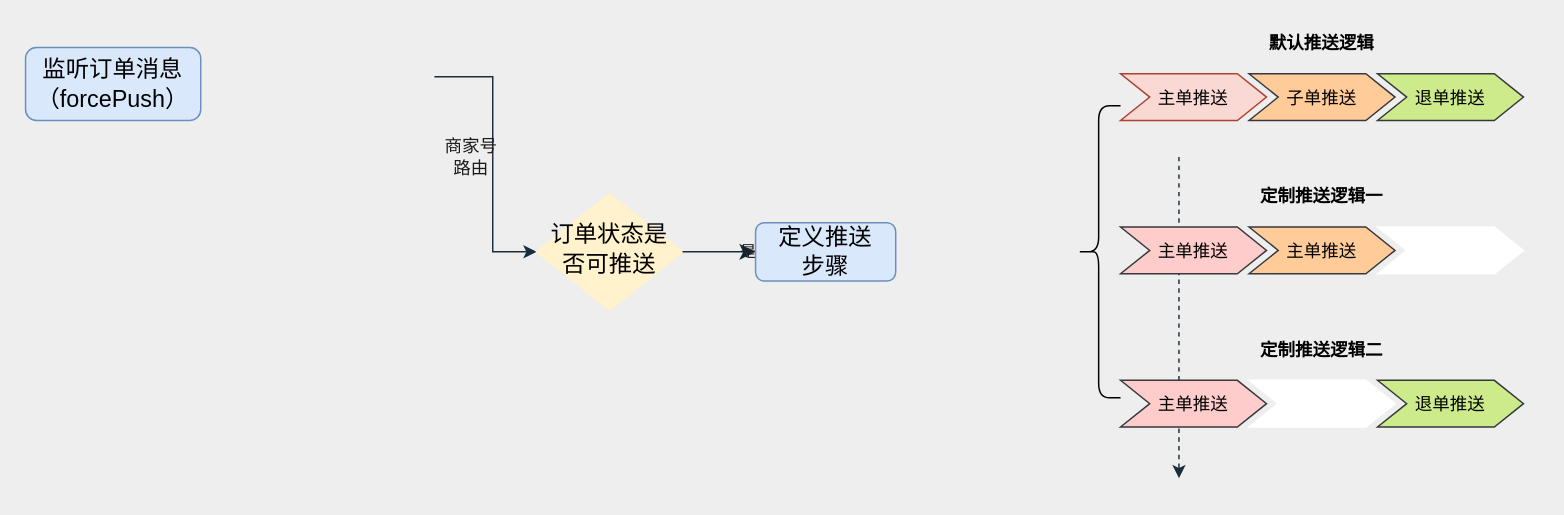
The draw.io diagram 订单推送线下补偿逻辑.drawio in sjh724/draw.io, before the edit. Source tidied: cells renumbered, new cells numbered last; positions are measured from the earlier drawing's top-left corner, leaving out a move shared by most shapes. Both pictures are drawn from the tidied source at 146%, with x=0, y=0 at pixel (25, 25).
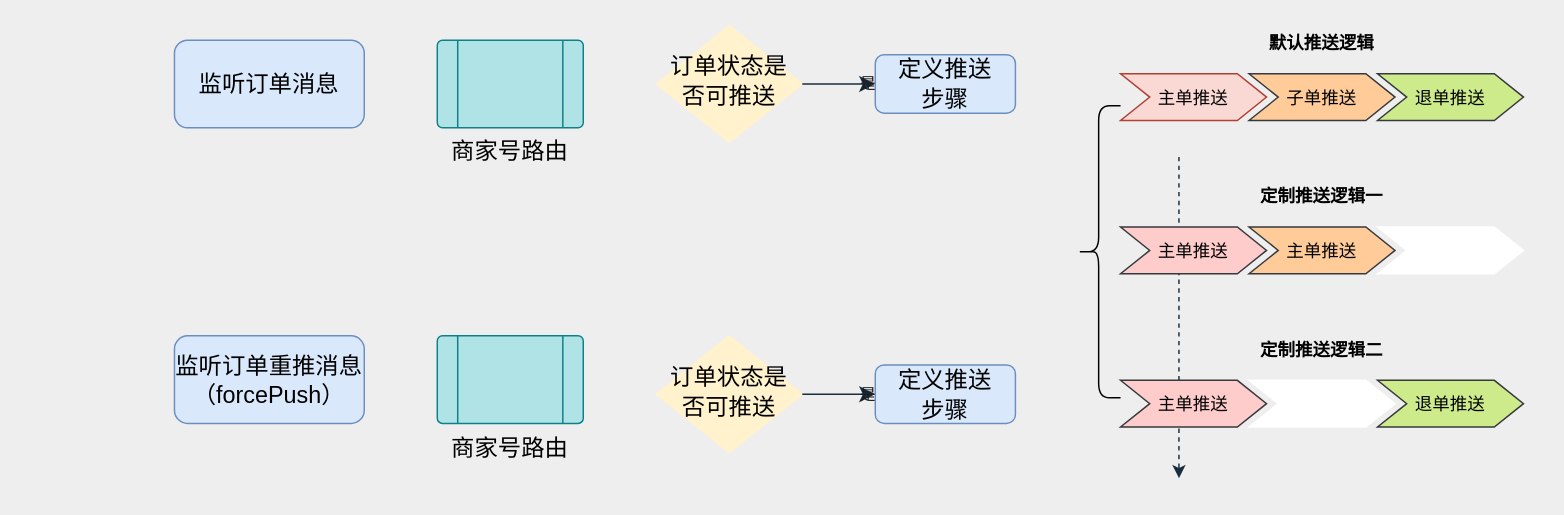
The same page after the edit.

Commit message (it also covers changes not shown here):
更新订单推送线下补偿逻辑.drawio

Diff of the diagram source:
```diff
@@
-    <mxCell id="2" value="监听订单消息&lt;br&gt;（forcePush）" style="rounded=1;whiteSpace=wrap;html=1;fontSize=16;glass=0;strokeWidth=1;shadow=0;fillColor=#dae8fc;strokeColor=#6c8ebf;" parent="1" vertex="1">
-      <mxGeometry y="15" width="120" height="50" as="geometry" />
+    <mxCell id="2" value="监听订单消息" style="rounded=1;whiteSpace=wrap;html=1;fontSize=16;glass=0;strokeWidth=1;shadow=0;fillColor=#dae8fc;strokeColor=#6c8ebf;" parent="1" vertex="1">
+      <mxGeometry x="102" y="10" width="130" height="60" as="geometry" />
     </mxCell>
-    <mxCell id="3" style="edgeStyle=orthogonalEdgeStyle;rounded=0;sketch=0;jettySize=auto;html=1;fontSize=16;fontColor=#1A1A1A;endArrow=classic;endFill=1;strokeColor=#182E3E;entryX=0;entryY=0.5;entryDx=0;entryDy=0;" parent="1" edge="1" target="19">
-      <mxGeometry relative="1" as="geometry">
-        <mxPoint x="280" y="35" as="sourcePoint" />
-        <Array as="points">
-          <mxPoint x="320" y="35" />
-          <mxPoint x="320" y="155" />
-        </Array>
-      </mxGeometry>
-    </mxCell>
@@
-    <mxCell id="5" value="商家号&lt;br style=&quot;font-size: 12px;&quot;&gt;路由" style="text;strokeColor=none;fillColor=none;html=1;fontSize=12;fontStyle=0;verticalAlign=middle;align=center;rounded=0;sketch=0;fontColor=#1A1A1A;" parent="1" vertex="1">
-      <mxGeometry x="280" y="75" width="50" height="30" as="geometry" />
-    </mxCell>
@@
     <mxCell id="19" value="订单状态是否可推送" style="rhombus;whiteSpace=wrap;html=1;shadow=0;fontFamily=Helvetica;fontSize=16;align=center;strokeWidth=1;spacing=6;spacingTop=-4;fillColor=#FFF2CC;strokeColor=#FFF2CC;" parent="1" vertex="1">
-      <mxGeometry x="350" y="115" width="100" height="80" as="geometry" />
+      <mxGeometry x="432" width="100" height="80" as="geometry" />
     </mxCell>
     <mxCell id="20" value="是" style="rounded=0;html=1;jettySize=auto;fontSize=11;endArrow=classic;endFill=1;endSize=8;strokeWidth=1;shadow=0;labelBackgroundColor=none;edgeStyle=orthogonalEdgeStyle;strokeColor=#182E3E;fontColor=#1A1A1A;exitX=1;exitY=0.5;exitDx=0;exitDy=0;" parent="1" edge="1" source="19">
       <mxGeometry y="20" relative="1" as="geometry">
-        <mxPoint x="500" y="155" as="targetPoint" />
+        <mxPoint x="582" y="40" as="targetPoint" />
       </mxGeometry>
     </mxCell>
     <mxCell id="21" value="定义推送&lt;br&gt;步骤" style="rounded=1;whiteSpace=wrap;html=1;fontSize=16;glass=0;strokeWidth=1;shadow=0;fillColor=#dae8fc;strokeColor=#6c8ebf;" parent="1" vertex="1">
-      <mxGeometry x="500" y="135" width="96" height="40" as="geometry" />
+      <mxGeometry x="582" y="20" width="96" height="40" as="geometry" />
     </mxCell>
+    <mxCell id="22" value="监听订单重推消息&lt;br&gt;（forcePush）" style="rounded=1;whiteSpace=wrap;html=1;fontSize=16;glass=0;strokeWidth=1;shadow=0;fillColor=#dae8fc;strokeColor=#6c8ebf;" parent="1" vertex="1">
+      <mxGeometry x="102" y="212.5" width="130" height="60" as="geometry" />
+    </mxCell>
+    <mxCell id="23" value="&lt;span style=&quot;font-size: 16px&quot;&gt;商家号路由&lt;/span&gt;" style="verticalLabelPosition=bottom;verticalAlign=top;html=1;shape=process;whiteSpace=wrap;rounded=1;size=0.14;arcSize=6;sketch=0;fontSize=12;strokeColor=#0e8088;fillColor=#b0e3e6;" parent="1" vertex="1">
+      <mxGeometry x="282" y="10" width="100" height="60" as="geometry" />
+    </mxCell>
+    <mxCell id="24" value="&lt;span style=&quot;font-size: 16px&quot;&gt;商家号路由&lt;/span&gt;" style="verticalLabelPosition=bottom;verticalAlign=top;html=1;shape=process;whiteSpace=wrap;rounded=1;size=0.14;arcSize=6;sketch=0;fontSize=12;strokeColor=#0e8088;fillColor=#b0e3e6;" parent="1" vertex="1">
+      <mxGeometry x="282" y="212.5" width="100" height="60" as="geometry" />
+    </mxCell>
+    <mxCell id="25" value="订单状态是否可推送" style="rhombus;whiteSpace=wrap;html=1;shadow=0;fontFamily=Helvetica;fontSize=16;align=center;strokeWidth=1;spacing=6;spacingTop=-4;fillColor=#FFF2CC;strokeColor=#FFF2CC;" parent="1" vertex="1">
+      <mxGeometry x="432" y="212.5" width="100" height="80" as="geometry" />
+    </mxCell>
+    <mxCell id="26" value="是" style="rounded=0;html=1;jettySize=auto;fontSize=11;endArrow=classic;endFill=1;endSize=8;strokeWidth=1;shadow=0;labelBackgroundColor=none;edgeStyle=orthogonalEdgeStyle;strokeColor=#182E3E;fontColor=#1A1A1A;exitX=1;exitY=0.5;exitDx=0;exitDy=0;" parent="1" edge="1" source="25">
+      <mxGeometry y="20" relative="1" as="geometry">
+        <mxPoint x="582" y="252.5" as="targetPoint" />
+      </mxGeometry>
+    </mxCell>
+    <mxCell id="27" value="定义推送&lt;br&gt;步骤" style="rounded=1;whiteSpace=wrap;html=1;fontSize=16;glass=0;strokeWidth=1;shadow=0;fillColor=#dae8fc;strokeColor=#6c8ebf;" parent="1" vertex="1">
+      <mxGeometry x="582" y="232.5" width="96" height="40" as="geometry" />
+    </mxCell>
```
